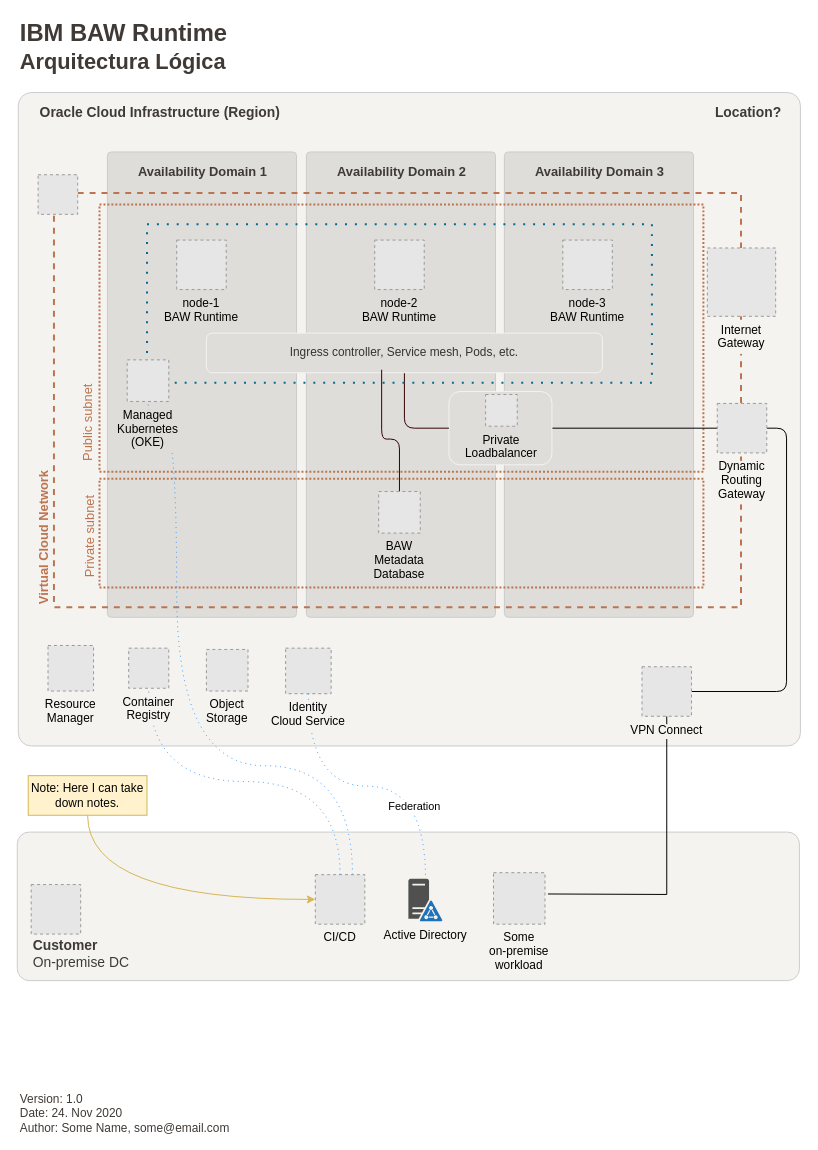
This is 20210926 BCH BAW Runtime.drawio from carlosjuibm/analytic_tools, a draw.io file, before an edit. Source tidied: cells renumbered, new cells numbered last; positions are measured from the earlier drawing's top-left corner, leaving out a move shared by most shapes. Both pictures are drawn from the tidied source at 99%, with x=0, y=0 at pixel (-32, 17). Pictures stored in the file or linked from it are replaced by grey dashed boxes.
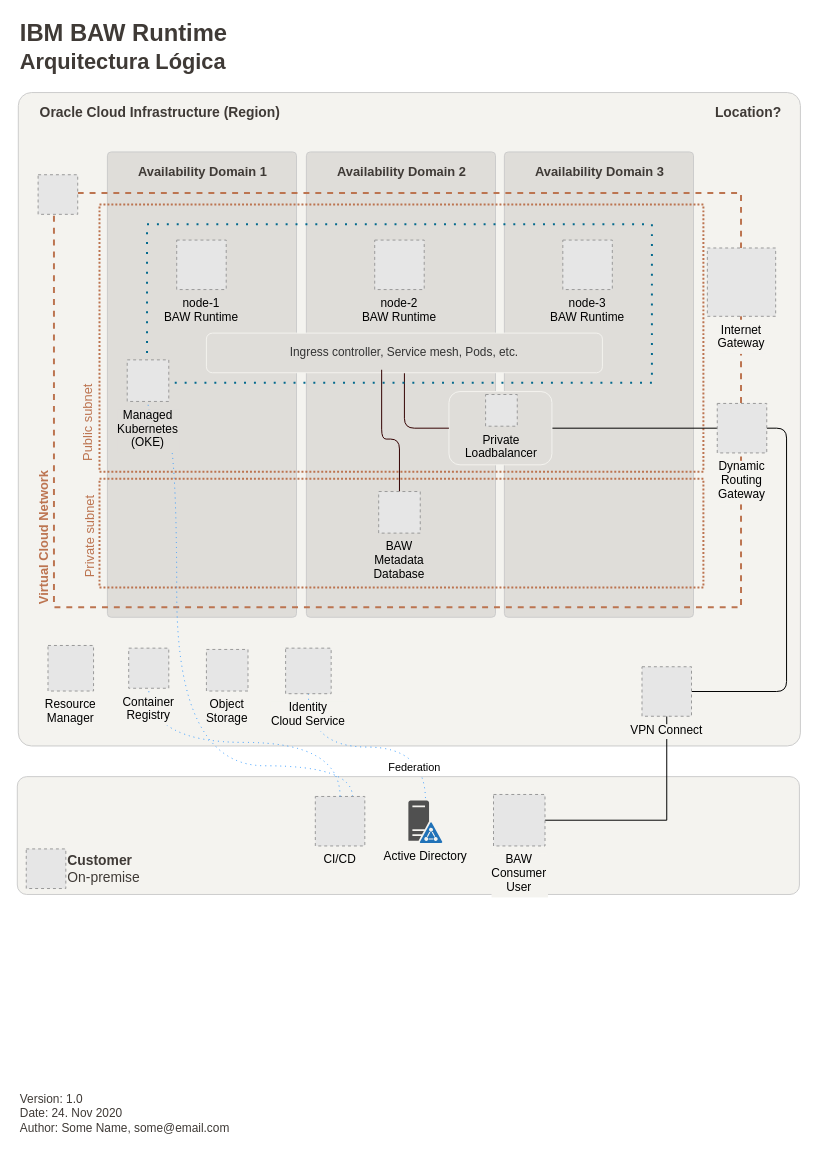
The same page after the edit.

Unchanged cells that the change refers to:
```xml
<mxCell id="32" value="VPN Connect" style="fillColor=#E6E6E6;strokeColor=#999999;dashed=1;verticalLabelPosition=bottom;verticalAlign=top;labelBackgroundColor=#F4F3EF;" parent="16" vertex="1">
  <mxGeometry x="680" y="656" width="50" height="50" as="geometry" />
</mxCell>
<mxCell id="49" style="edgeStyle=orthogonalEdgeStyle;curved=1;rounded=1;jettySize=auto;html=1;exitX=0.5;exitY=1;exitDx=0;exitDy=0;startArrow=none;startFill=0;endArrow=none;endFill=0;strokeColor=#3399FF;dashed=1;dashPattern=1 4;" parent="38" edge="1" source="51" target="48">
  <mxGeometry relative="1" as="geometry" />
</mxCell>
```

Diff of the diagram source:
```diff
@@
     <mxCell id="6" style="rounded=1;whiteSpace=wrap;html=1;strokeColor=#CCCCCC;arcSize=8;fillColor=#f4f3ef;" parent="1" vertex="1">
-      <mxGeometry x="49" y="823" width="790" height="150" as="geometry" />
+      <mxGeometry x="49" y="767" width="790" height="119" as="geometry" />
     </mxCell>
-    <mxCell id="7" value="&lt;font color=&quot;#3f3a36&quot; size=&quot;1&quot;&gt;&lt;span style=&quot;font-size: 14px&quot;&gt;&lt;b&gt;Customer&amp;nbsp;&lt;/b&gt;&lt;br&gt;On-premise DC&lt;/span&gt;&lt;/font&gt;" style="text;html=1;align=left;verticalAlign=middle;" parent="1" vertex="1">
-      <mxGeometry x="63" y="926" width="110" height="40" as="geometry" />
+    <mxCell id="7" value="&lt;font color=&quot;#3f3a36&quot; size=&quot;1&quot;&gt;&lt;span style=&quot;font-size: 14px&quot;&gt;&lt;b&gt;Customer&amp;nbsp;&lt;/b&gt;&lt;br&gt;On-premise&lt;/span&gt;&lt;/font&gt;" style="text;html=1;align=left;verticalAlign=middle;" parent="1" vertex="1">
+      <mxGeometry x="98" y="840" width="90" height="40" as="geometry" />
     </mxCell>
-    <mxCell id="8" style="fillColor=#E6E6E6;strokeColor=#999999;dashed=1;verticalLabelPosition=bottom;verticalAlign=top;labelBackgroundColor=#F4F3EF;align=center;" parent="1" vertex="1">
-      <mxGeometry x="63" y="876" width="50" height="50" as="geometry" />
-    </mxCell>
+    <mxCell id="59" style="fillColor=#E6E6E6;strokeColor=#999999;dashed=1;verticalLabelPosition=bottom;verticalAlign=top;" parent="1" vertex="1">
+      <mxGeometry x="58" y="840" width="40" height="40" as="geometry" />
+    </mxCell>
@@
-    <mxCell id="25" style="edgeStyle=orthogonalEdgeStyle;rounded=0;jettySize=auto;html=1;exitX=1;exitY=0.5;exitDx=0;exitDy=0;entryX=0.5;entryY=1;entryDx=0;entryDy=0;endArrow=none;endFill=0;" parent="16" edge="1" target="32">
+    <mxCell id="25" style="edgeStyle=orthogonalEdgeStyle;rounded=0;jettySize=auto;html=1;exitX=1;exitY=0.5;exitDx=0;exitDy=0;entryX=0.5;entryY=1;entryDx=0;entryDy=0;endArrow=none;endFill=0;" parent="16" edge="1" source="57" target="32">
       <mxGeometry relative="1" as="geometry">
-        <mxPoint x="585" y="885.5" as="sourcePoint" />
+        <Array as="points">
+          <mxPoint x="705" y="811" />
+        </Array>
       </mxGeometry>
     </mxCell>
@@
-    <mxCell id="36" value="Note: Here I can take down notes." style="rounded=0;whiteSpace=wrap;html=1;labelBackgroundColor=none;strokeColor=#d6b656;strokeWidth=1;fillColor=#fff2cc;align=center;" parent="33" vertex="1">
-      <mxGeometry x="60" y="766" width="120" height="40" as="geometry" />
-    </mxCell>
-    <mxCell id="37" style="edgeStyle=orthogonalEdgeStyle;jettySize=auto;html=1;exitX=0.5;exitY=1;exitDx=0;exitDy=0;entryX=0;entryY=0.5;entryDx=0;entryDy=0;endArrow=classic;endFill=1;strokeColor=#d6b656;fillColor=#fff2cc;curved=1;" parent="33" edge="1" source="36" target="47">
-      <mxGeometry relative="1" as="geometry" />
-    </mxCell>
@@
     <mxCell id="47" value="CI/CD" style="fillColor=#E6E6E6;strokeColor=#999999;dashed=1;verticalLabelPosition=bottom;verticalAlign=top;labelBackgroundColor=#F4F3EF;align=center;" parent="38" vertex="1">
-      <mxGeometry x="350" y="866" width="50" height="50" as="geometry" />
+      <mxGeometry x="350" y="787" width="50" height="50" as="geometry" />
     </mxCell>
     <mxCell id="48" value="Active Directory" style="shadow=0;dashed=0;html=1;strokeColor=none;fillColor=#505050;labelPosition=center;verticalLabelPosition=bottom;verticalAlign=top;outlineConnect=0;align=center;shape=mxgraph.office.servers.active_directory_federation_services_server_blue;labelBackgroundColor=#F4F3EF;" parent="38" vertex="1">
-      <mxGeometry x="444" y="870" width="34.5" height="43" as="geometry" />
+      <mxGeometry x="444" y="791" width="34.5" height="43" as="geometry" />
     </mxCell>
@@
     <mxCell id="50" value="Federation" style="edgeLabel;html=1;align=center;verticalAlign=middle;" parent="49" vertex="1">
-      <mxGeometry x="0.52" y="-12" relative="1" as="geometry" />
+      <mxGeometry x="0.52" y="-12" relative="1" as="geometry">
+        <mxPoint y="21" as="offset" />
+      </mxGeometry>
     </mxCell>
@@
-    <mxCell id="57" value="Some&#10;on-premise&#10;workload" style="fillColor=#E6E6E6;strokeColor=#999999;dashed=1;verticalLabelPosition=bottom;verticalAlign=top;labelBackgroundColor=#F4F3EF;" parent="38" vertex="1">
-      <mxGeometry x="530" y="864" width="52" height="52" as="geometry" />
+    <mxCell id="57" value="BAW&#10;Consumer&#10;User" style="fillColor=#E6E6E6;strokeColor=#999999;dashed=1;verticalLabelPosition=bottom;verticalAlign=top;labelBackgroundColor=#F4F3EF;" parent="38" vertex="1">
+      <mxGeometry x="530" y="785" width="52" height="52" as="geometry" />
     </mxCell>
```
